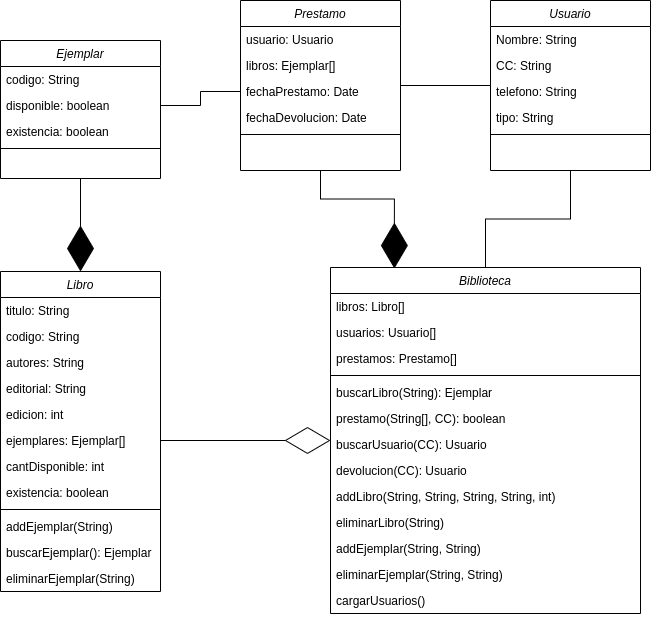
The draw.io diagram src/biblioteca/Biblioteca_UML.png in Juanipis/estructuras_datos_java_eia, before a commit. Source tidied: cells renumbered, new cells last; positions are measured from the earlier drawing's top-left corner, leaving out a move shared by most shapes.
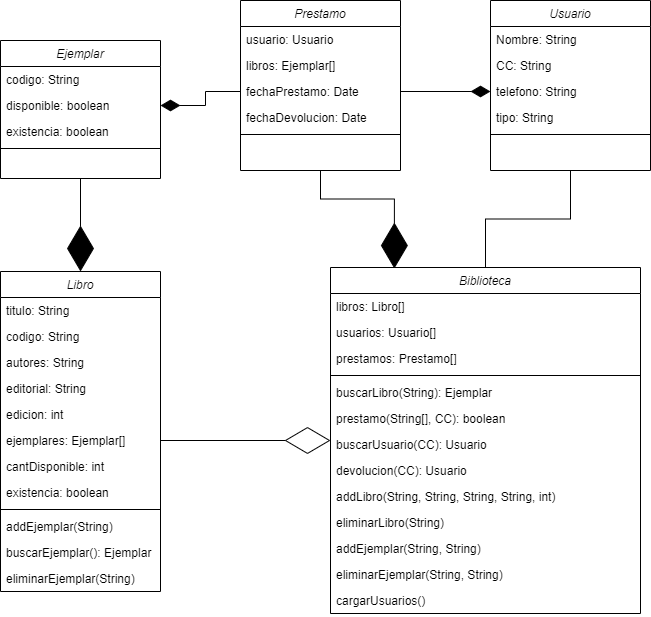
After the change.

Commit message:
arreglo del uml

What changed in the source:
```diff
@@ -44,9 +44,6 @@
     <mxCell id="15" style="edgeStyle=orthogonalEdgeStyle;rounded=0;jettySize=auto;html=1;endArrow=none;endFill=0;endSize=43;" parent="1" edge="1" source="17" target="36">
       <mxGeometry relative="1" as="geometry" />
     </mxCell>
-    <mxCell id="16" style="edgeStyle=orthogonalEdgeStyle;rounded=0;jettySize=auto;html=1;endArrow=none;endFill=0;" parent="1" edge="1" source="17" target="9">
-      <mxGeometry relative="1" as="geometry" />
-    </mxCell>
     <mxCell id="17" value="Usuario" style="swimlane;fontStyle=2;align=center;verticalAlign=top;horizontal=1;startSize=26;rounded=0;shadow=0;strokeWidth=1;" parent="1" vertex="1">
       <mxGeometry x="490" width="160" height="170" as="geometry" />
     </mxCell>
@@ -149,8 +146,11 @@
     <mxCell id="50" style="edgeStyle=orthogonalEdgeStyle;rounded=0;jettySize=auto;html=1;endArrow=diamondThin;endFill=0;endSize=43;" parent="1" edge="1" source="29" target="36">
       <mxGeometry relative="1" as="geometry" />
     </mxCell>
-    <mxCell id="51" style="edgeStyle=orthogonalEdgeStyle;rounded=0;jettySize=auto;html=1;entryX=1;entryY=0.5;entryDx=0;entryDy=0;endArrow=none;endFill=0;" parent="1" edge="1" source="12" target="5">
+    <mxCell id="51" style="edgeStyle=orthogonalEdgeStyle;rounded=0;jettySize=auto;html=1;entryX=1;entryY=0.5;entryDx=0;entryDy=0;endArrow=diamondThin;endFill=1;startArrow=none;startFill=0;endSize=17;" parent="1" edge="1" source="12" target="5">
       <mxGeometry relative="1" as="geometry" />
     </mxCell>
+    <mxCell id="52" style="edgeStyle=orthogonalEdgeStyle;rounded=0;jettySize=auto;html=1;entryX=0;entryY=0.5;entryDx=0;entryDy=0;startArrow=none;startFill=0;endArrow=diamondThin;endFill=1;endSize=17;" parent="1" edge="1" source="12" target="20">
+      <mxGeometry relative="1" as="geometry" />
+    </mxCell>
   </root>
 </mxGraphModel>
```
